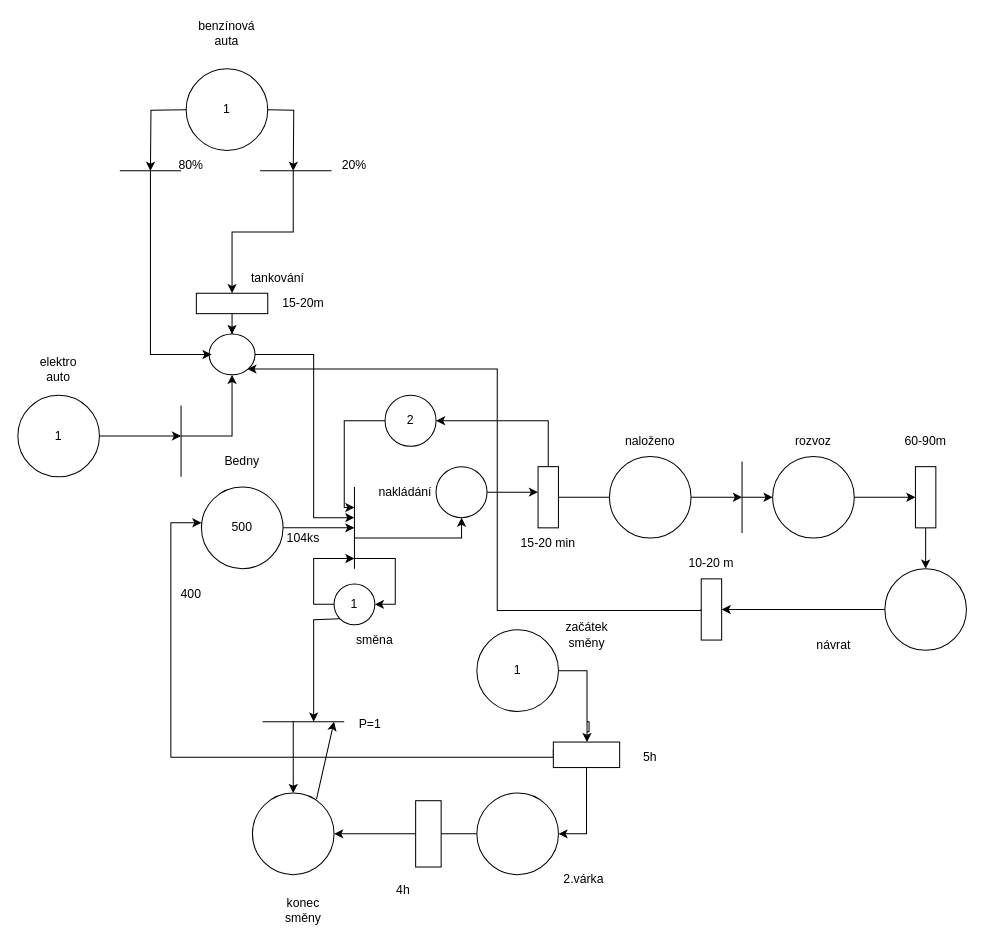
nod3zer0/IMS-project keeps this draw.io diagram as docs/petri nets.drawio. Above is the earlier version. Source tidied: cells renumbered, new cells numbered last; positions are measured from the earlier drawing's top-left corner, leaving out a move shared by most shapes. Both pictures are drawn from the tidied source at 102%, with x=0, y=0 at pixel (17, 17).
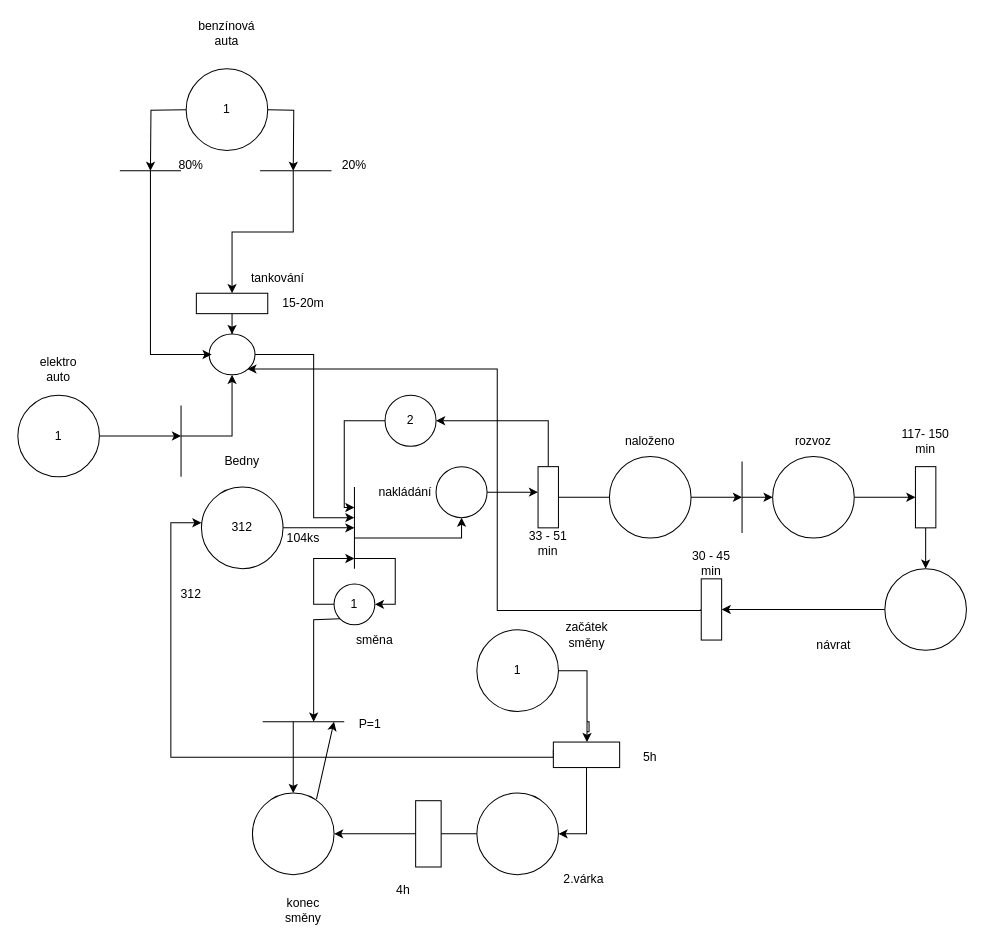
The same page after the edit.

Change to the diagram source:
```diff
@@
-    <mxCell id="15" value="15-20 min" style="text;html=1;strokeColor=none;fillColor=none;align=center;verticalAlign=middle;whiteSpace=wrap;rounded=0;" parent="1" vertex="1">
+    <mxCell id="15" value="33 - 51 min" style="text;html=1;strokeColor=none;fillColor=none;align=center;verticalAlign=middle;whiteSpace=wrap;rounded=0;" parent="1" vertex="1">
       <mxGeometry x="490" y="500" width="60" height="30" as="geometry" />
     </mxCell>
@@
-    <mxCell id="28" value="60-90m" style="text;html=1;strokeColor=none;fillColor=none;align=center;verticalAlign=middle;whiteSpace=wrap;rounded=0;" parent="1" vertex="1">
+    <mxCell id="28" value="117- 150 min" style="text;html=1;strokeColor=none;fillColor=none;align=center;verticalAlign=middle;whiteSpace=wrap;rounded=0;" parent="1" vertex="1">
       <mxGeometry x="860" y="400" width="60" height="30" as="geometry" />
     </mxCell>
-    <mxCell id="29" value="500" style="text;html=1;strokeColor=none;fillColor=none;align=center;verticalAlign=middle;whiteSpace=wrap;rounded=0;" parent="1" vertex="1">
+    <mxCell id="29" value="312" style="text;html=1;strokeColor=none;fillColor=none;align=center;verticalAlign=middle;whiteSpace=wrap;rounded=0;" parent="1" vertex="1">
       <mxGeometry x="190" y="485" width="60" height="30" as="geometry" />
     </mxCell>
@@
-    <mxCell id="45" value="400" style="text;html=1;strokeColor=none;fillColor=none;align=center;verticalAlign=middle;whiteSpace=wrap;rounded=0;" parent="1" vertex="1">
+    <mxCell id="45" value="312" style="text;html=1;strokeColor=none;fillColor=none;align=center;verticalAlign=middle;whiteSpace=wrap;rounded=0;" parent="1" vertex="1">
       <mxGeometry x="140" y="550" width="60" height="30" as="geometry" />
     </mxCell>
@@
-    <mxCell id="50" value="10-20 m" style="text;html=1;strokeColor=none;fillColor=none;align=center;verticalAlign=middle;whiteSpace=wrap;rounded=0;" parent="1" vertex="1">
+    <mxCell id="50" value="30 - 45 min" style="text;html=1;strokeColor=none;fillColor=none;align=center;verticalAlign=middle;whiteSpace=wrap;rounded=0;" parent="1" vertex="1">
       <mxGeometry x="650" y="520" width="60" height="30" as="geometry" />
     </mxCell>
```
